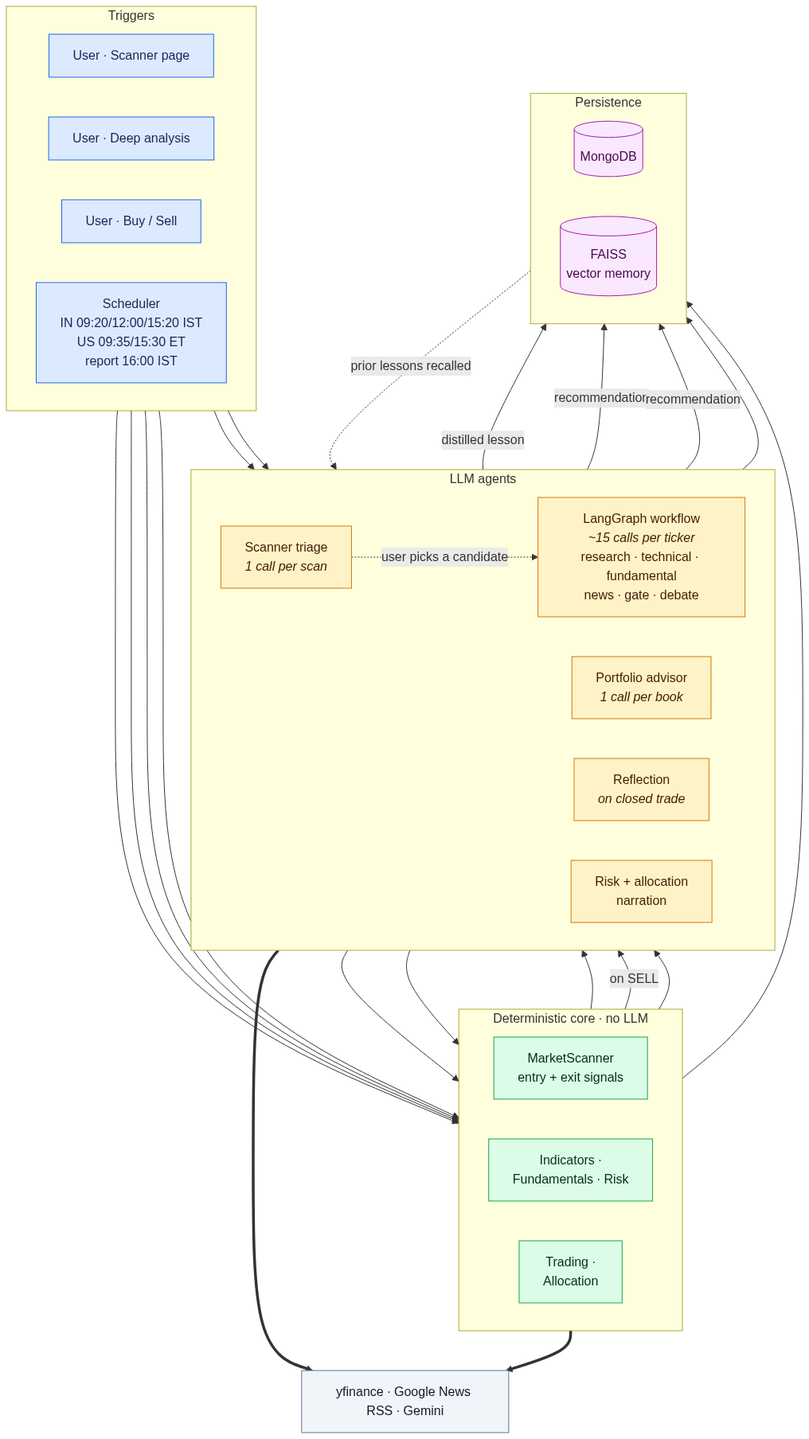
The Mermaid diagram docs/system.png in sumit-0804/AlphaForge-AI, before a commit. Its source is kept beside it as docs/system.mmd.
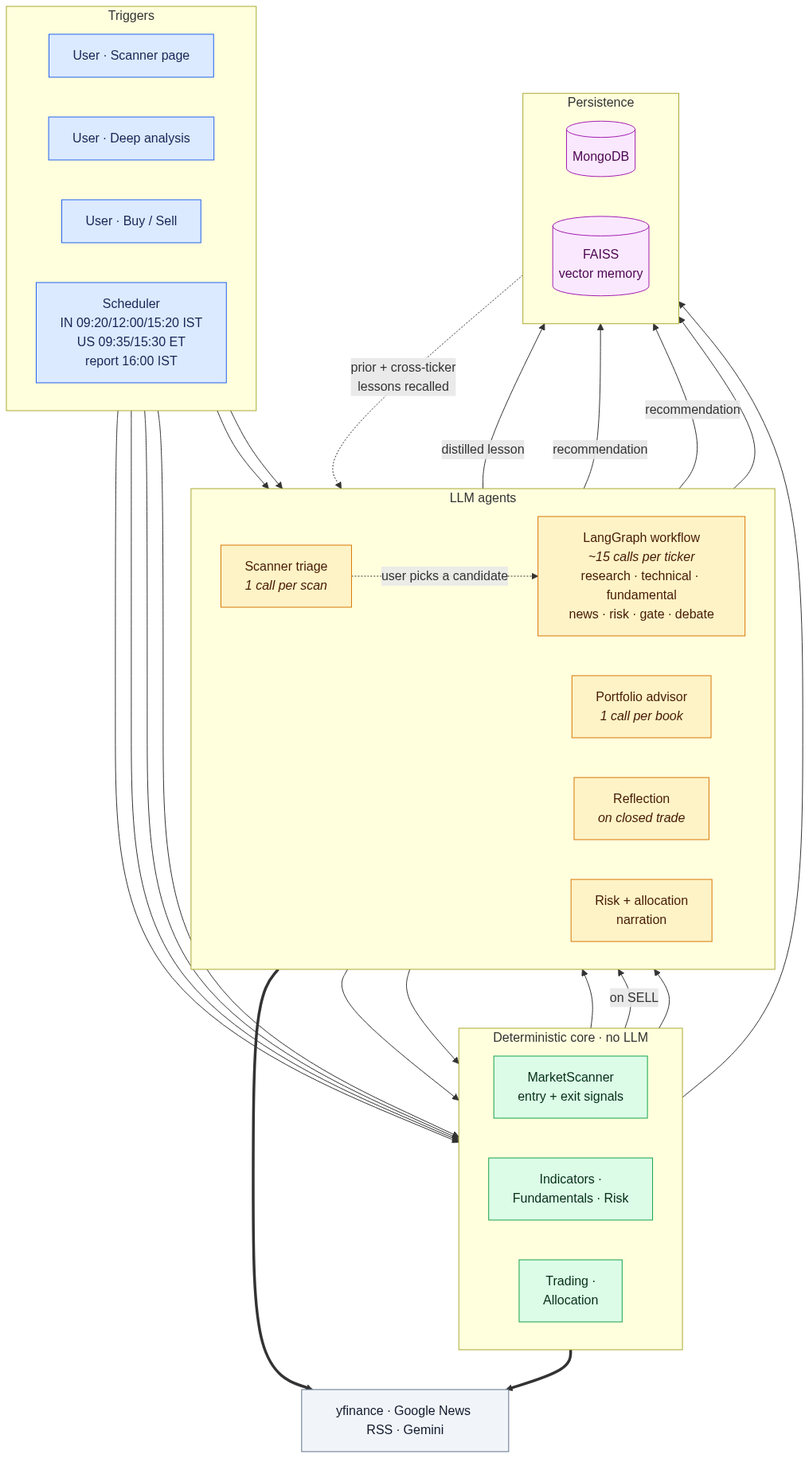
Later version of the same file.

The edit, as a diff of the source:
```diff
@@ -19,7 +19,7 @@
         A2["Portfolio advisor<br/><i>1 call per book</i>"]
         A3["Reflection<br/><i>on closed trade</i>"]
         A4["Risk + allocation<br/>narration"]
-        WF["LangGraph workflow<br/><i>~15 calls per ticker</i><br/>research · technical · fundamental<br/>news · gate · debate"]
+        WF["LangGraph workflow<br/><i>~15 calls per ticker</i><br/>research · technical · fundamental<br/>news · risk · gate · debate"]
     end
 
     subgraph DET["Deterministic core · no LLM"]
@@ -51,7 +51,7 @@
     A3 -->|"distilled lesson"| D2
     WF -->|"recommendation"| D1
     WF -->|"recommendation"| D2
-    D2 -.->|"prior lessons recalled"| WF
+    D2 -.->|"prior + cross-ticker<br/>lessons recalled"| WF
     S3 --> D1
     A4 --> D1
 
```
